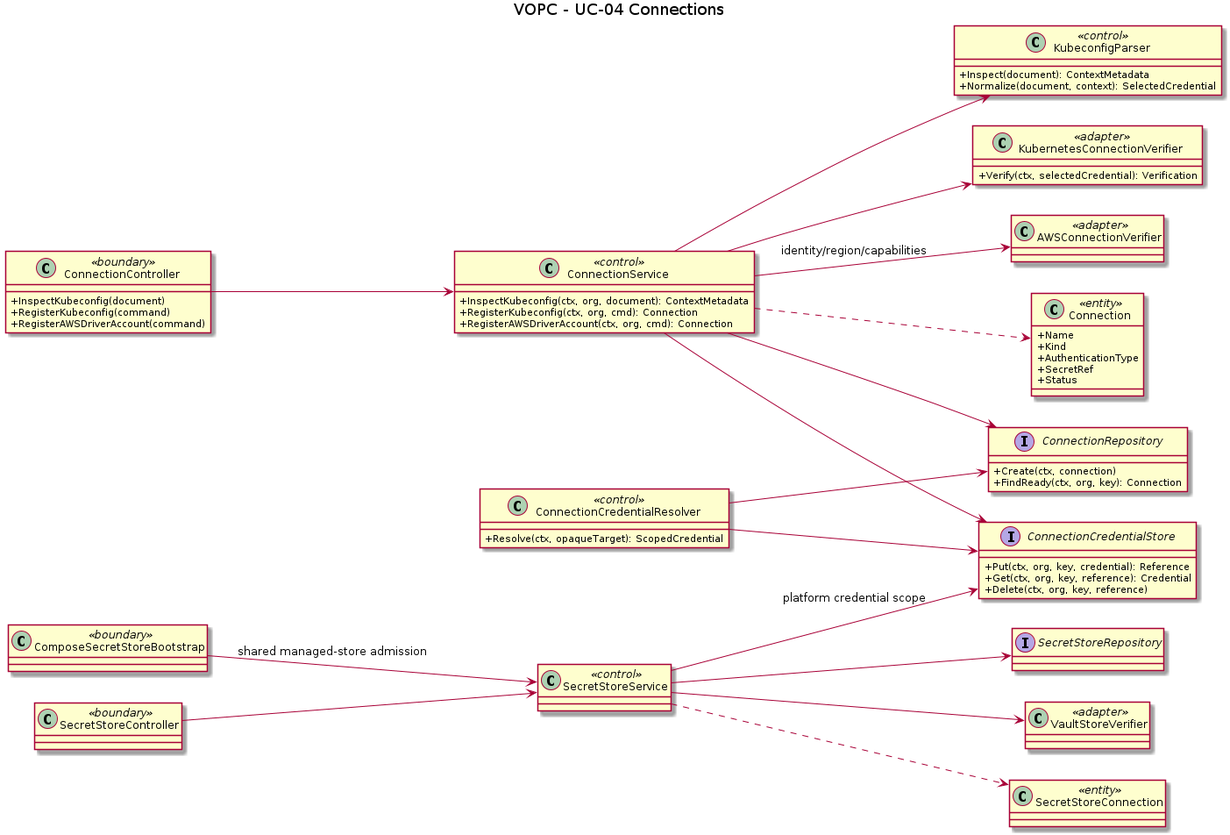
Before: orchestrator_docs/usecase/UC-04/vopc.png, a diagram exported from PlantUML (pr3s3nt/poc). Its source is kept beside it as orchestrator_docs/usecase/UC-04/vopc.puml.
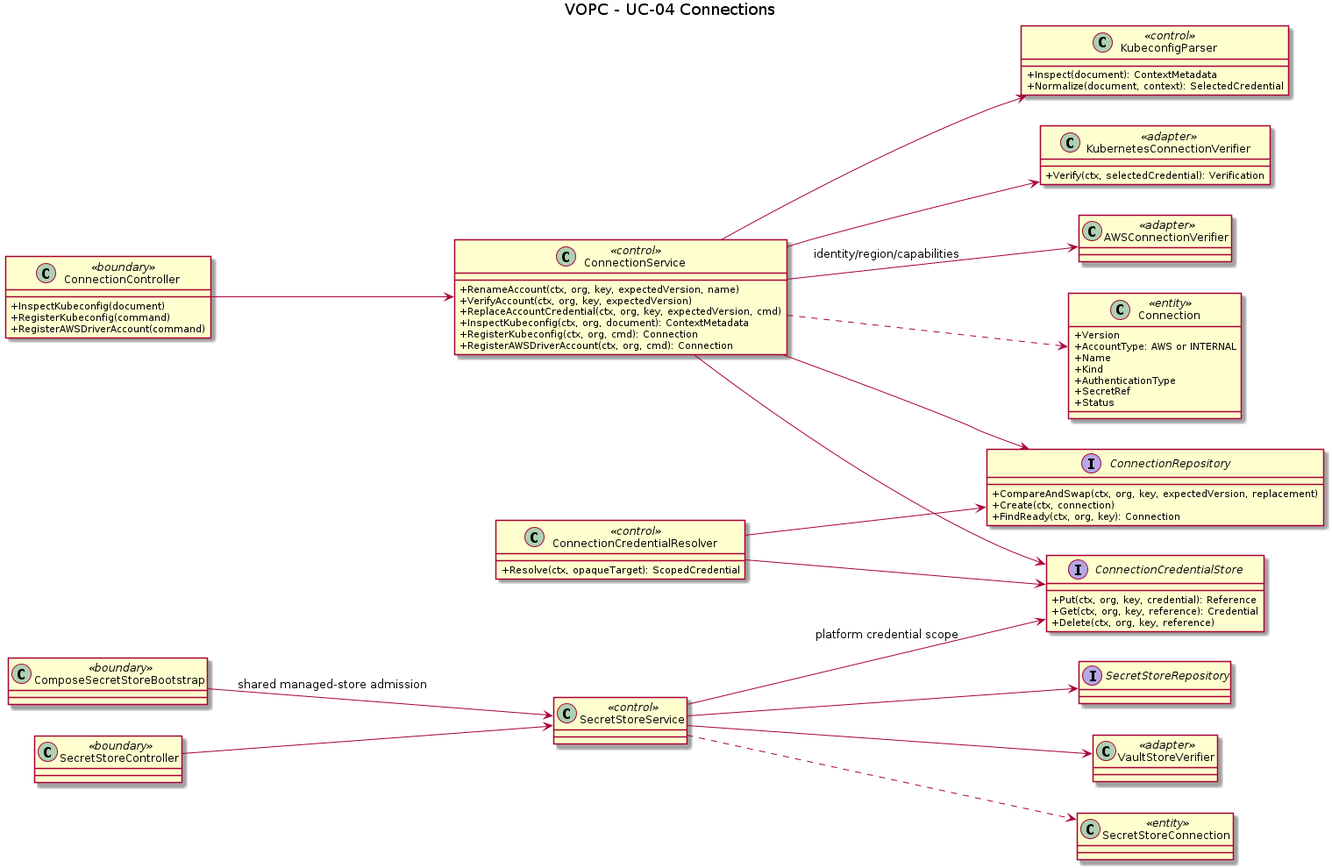
After the commit.

The edit, as a diff of the source:
```diff
@@ -8,6 +8,9 @@
   +RegisterAWSDriverAccount(command)
 }
 class ConnectionService <<control>> {
+  +RenameAccount(ctx, org, key, expectedVersion, name)
+  +VerifyAccount(ctx, org, key, expectedVersion)
+  +ReplaceAccountCredential(ctx, org, key, expectedVersion, cmd)
   +InspectKubeconfig(ctx, org, document): ContextMetadata
   +RegisterKubeconfig(ctx, org, cmd): Connection
   +RegisterAWSDriverAccount(ctx, org, cmd): Connection
@@ -21,6 +24,8 @@
 }
 class AWSConnectionVerifier <<adapter>>
 class Connection <<entity>> {
+  +Version
+  +AccountType: AWS or INTERNAL
   +Name
   +Kind
   +AuthenticationType
@@ -33,6 +38,7 @@
   +Delete(ctx, org, key, reference)
 }
 interface ConnectionRepository {
+  +CompareAndSwap(ctx, org, key, expectedVersion, replacement)
   +Create(ctx, connection)
   +FindReady(ctx, org, key): Connection
 }
```
